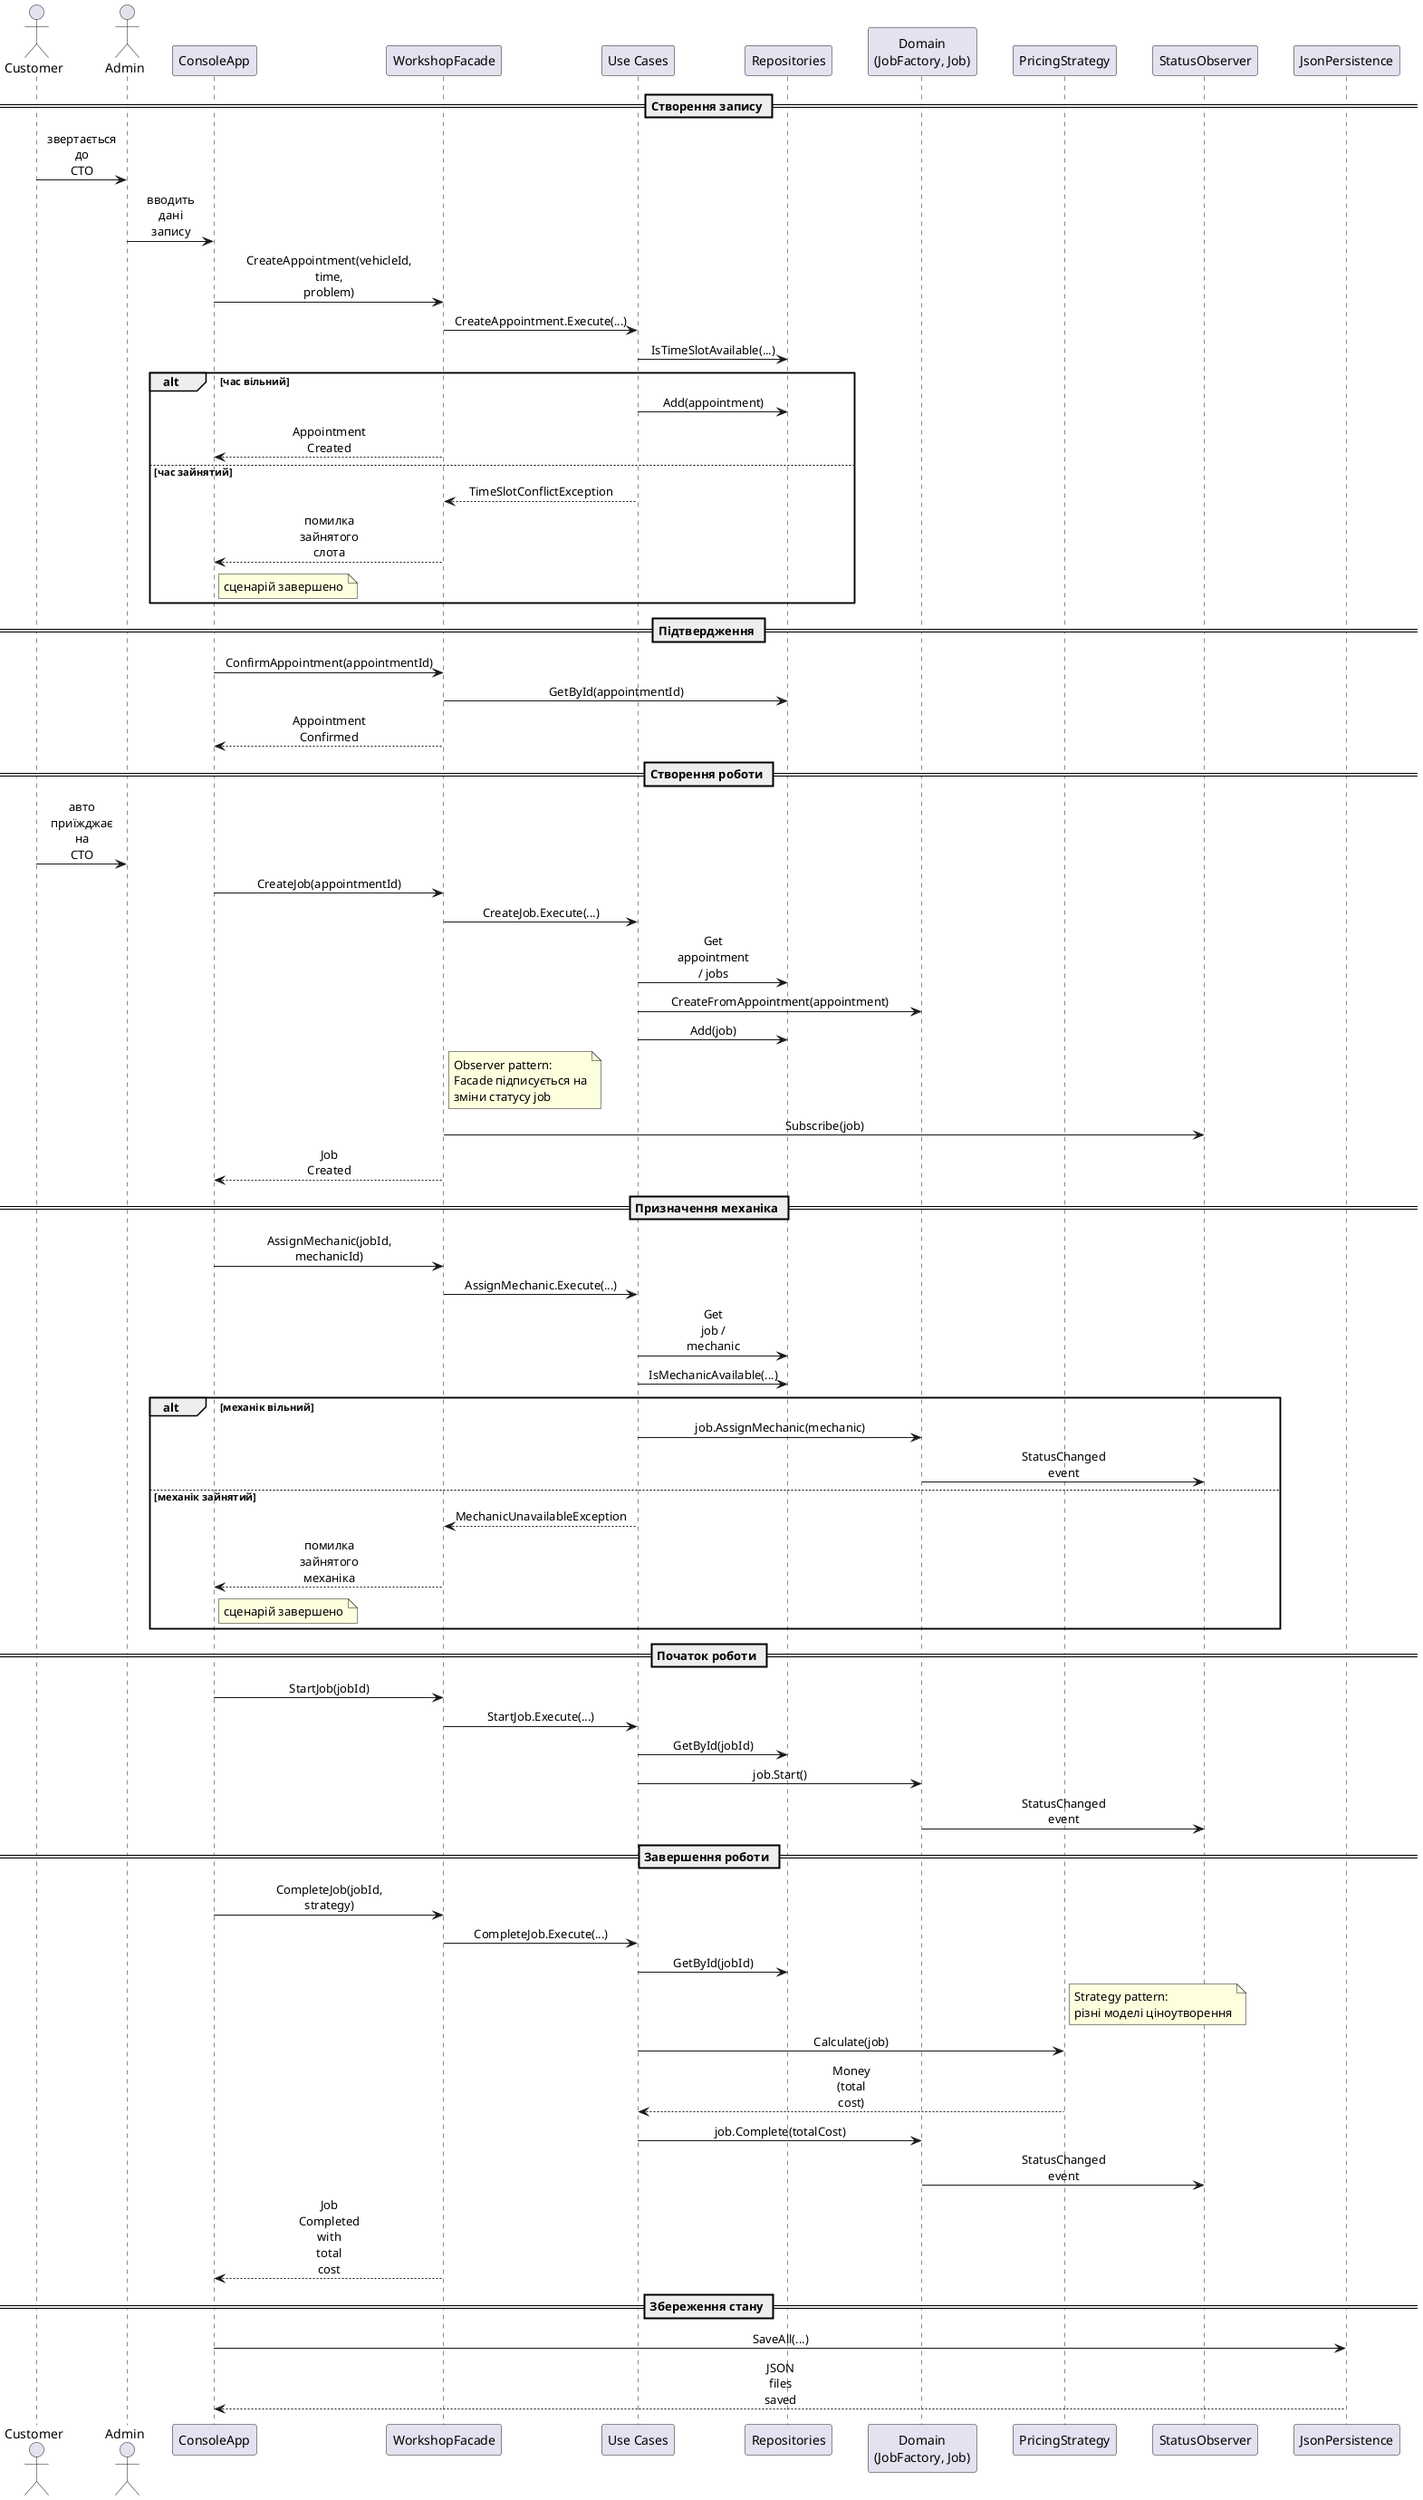
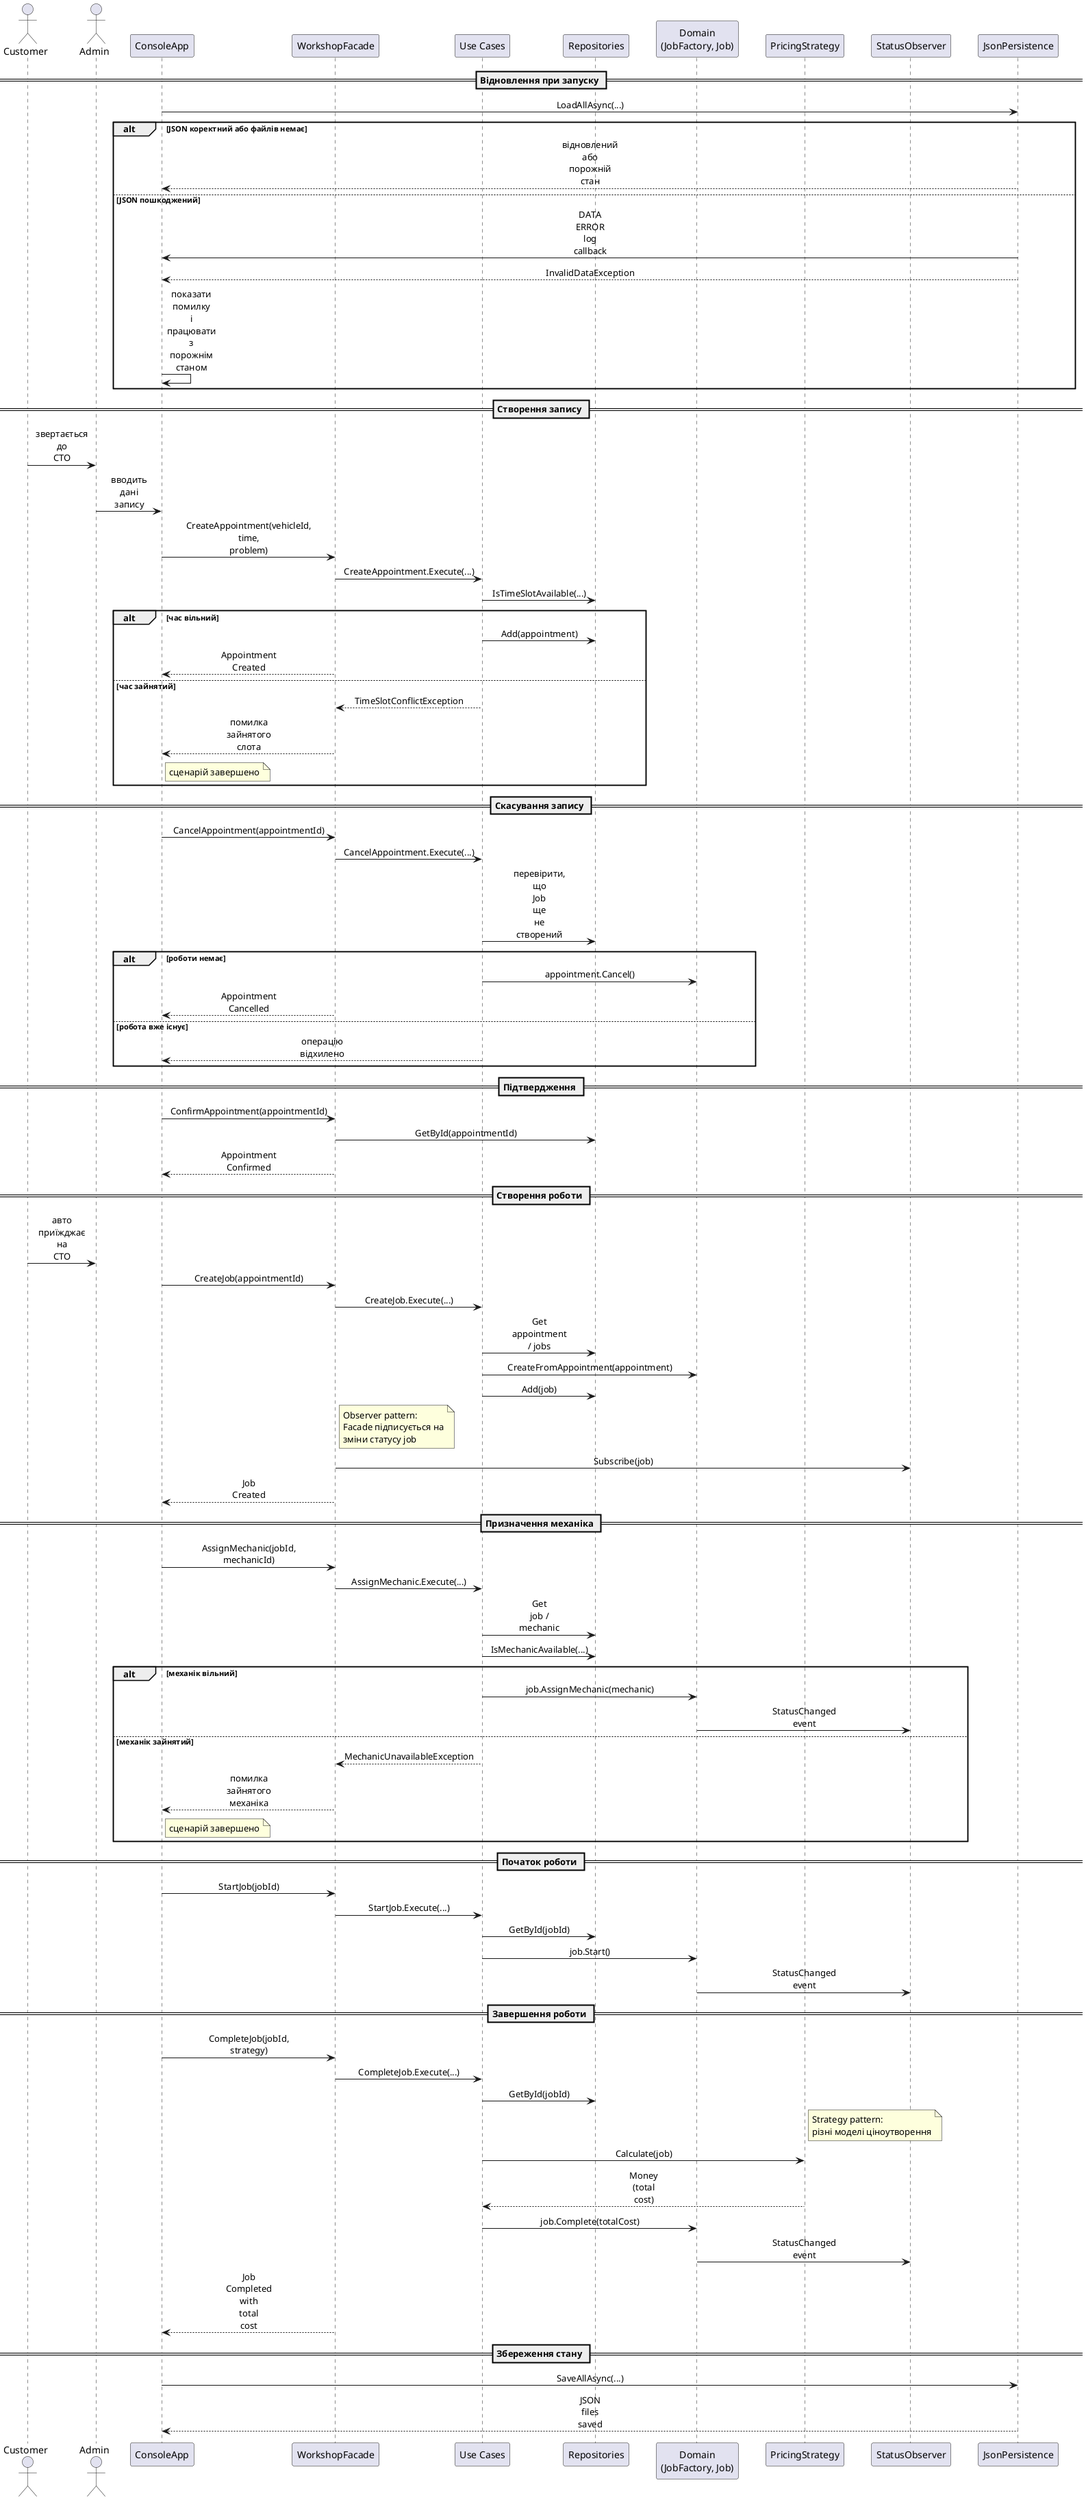
@startuml
skinparam ParticipantPadding 15
skinparam BoxPadding 10
skinparam sequenceMessageAlign center
skinparam maxMessageSize 35

actor Customer
actor Admin
participant "ConsoleApp" as Console
participant "WorkshopFacade" as Facade
participant "Use Cases" as UseCases
participant "Repositories" as Repos
participant "Domain\n(JobFactory, Job)" as Domain
participant "PricingStrategy" as Pricing
participant "StatusObserver" as Observer
participant "JsonPersistence" as Json

+ == Відновлення при запуску ==
+ Console -> Json : LoadAllAsync(...)
+ alt JSON коректний або файлів немає
+     Json --> Console : відновлений або порожній стан
+ else JSON пошкоджений
+     Json -> Console : DATA ERROR log callback
+     Json --> Console : InvalidDataException
+     Console -> Console : показати помилку і працювати з порожнім станом
+ end
+ 
== Створення запису ==
Customer -> Admin : звертається до СТО
Admin -> Console : вводить дані запису
Console -> Facade : CreateAppointment(vehicleId, time, problem)
Facade -> UseCases : CreateAppointment.Execute(...)
UseCases -> Repos : IsTimeSlotAvailable(...)

alt час вільний
    UseCases -> Repos : Add(appointment)
    Facade --> Console : Appointment Created
else час зайнятий
    UseCases --> Facade : TimeSlotConflictException
    Facade --> Console : помилка зайнятого слота
    note right of Console : сценарій завершено
+ end
+ 
+ == Скасування запису ==
+ Console -> Facade : CancelAppointment(appointmentId)
+ Facade -> UseCases : CancelAppointment.Execute(...)
+ UseCases -> Repos : перевірити, що Job ще не створений
+ alt роботи немає
+     UseCases -> Domain : appointment.Cancel()
+     Facade --> Console : Appointment Cancelled
+ else робота вже існує
+     UseCases --> Console : операцію відхилено
end

== Підтвердження ==
Console -> Facade : ConfirmAppointment(appointmentId)
Facade -> Repos : GetById(appointmentId)
Facade --> Console : Appointment Confirmed

== Створення роботи ==
Customer -> Admin : авто приїжджає на СТО
Console -> Facade : CreateJob(appointmentId)
Facade -> UseCases : CreateJob.Execute(...)
UseCases -> Repos : Get appointment / jobs
UseCases -> Domain : CreateFromAppointment(appointment)
UseCases -> Repos : Add(job)
note right of Facade : Observer pattern:\nFacade підписується на\nзміни статусу job
Facade -> Observer : Subscribe(job)
Facade --> Console : Job Created

== Призначення механіка ==
Console -> Facade : AssignMechanic(jobId, mechanicId)
Facade -> UseCases : AssignMechanic.Execute(...)
UseCases -> Repos : Get job / mechanic
UseCases -> Repos : IsMechanicAvailable(...)

alt механік вільний
    UseCases -> Domain : job.AssignMechanic(mechanic)
    Domain -> Observer : StatusChanged event
else механік зайнятий
    UseCases --> Facade : MechanicUnavailableException
    Facade --> Console : помилка зайнятого механіка
    note right of Console : сценарій завершено
end

== Початок роботи ==
Console -> Facade : StartJob(jobId)
Facade -> UseCases : StartJob.Execute(...)
UseCases -> Repos : GetById(jobId)
UseCases -> Domain : job.Start()
Domain -> Observer : StatusChanged event

== Завершення роботи ==
Console -> Facade : CompleteJob(jobId, strategy)
Facade -> UseCases : CompleteJob.Execute(...)
UseCases -> Repos : GetById(jobId)
note right of Pricing : Strategy pattern:\nрізні моделі ціноутворення
UseCases -> Pricing : Calculate(job)
Pricing --> UseCases : Money (total cost)
UseCases -> Domain : job.Complete(totalCost)
Domain -> Observer : StatusChanged event
Facade --> Console : Job Completed with total cost

== Збереження стану ==
- Console -> Json : SaveAll(...)
+ Console -> Json : SaveAllAsync(...)
Json --> Console : JSON files saved
- @enduml+ @enduml
